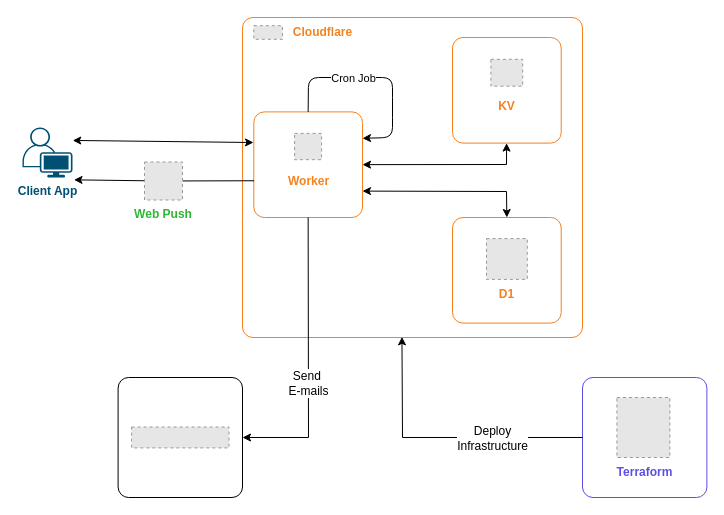
Above: drawio/working-diagram.drawio in devlotfi/life-ping (draw.io), before the change. Source tidied: cells renumbered, new cells numbered last; positions are measured from the earlier drawing's top-left corner, leaving out a move shared by most shapes. Both pictures are drawn from the tidied source at 100%, with x=0, y=0 at pixel (22, 17). Pictures stored in the file or linked from it are replaced by grey dashed boxes.
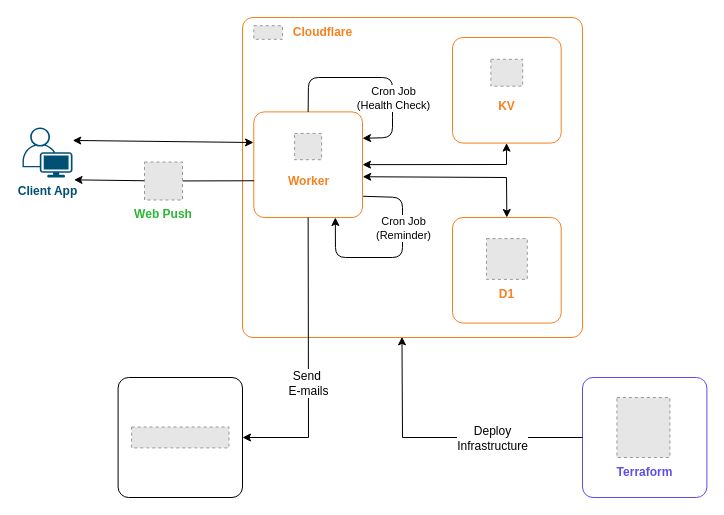
The same diagram, later.

The change refers to these unchanged cells:
```xml
<mxCell id="3" style="rounded=1;whiteSpace=wrap;html=1;arcSize=21;absoluteArcSize=1;fillColor=none;strokeColor=light-dark(#f6821f, #ededed);fontColor=light-dark(#036897, #ededed);" parent="1" vertex="1">
  <mxGeometry x="430" y="200" width="108.7" height="105.6" as="geometry" />
</mxCell>
<mxCell id="7" style="rounded=1;whiteSpace=wrap;html=1;arcSize=21;absoluteArcSize=1;fillColor=none;strokeColor=light-dark(#f6821f, #ededed);fontColor=light-dark(#036897, #ededed);" parent="1" vertex="1">
  <mxGeometry x="231.3" y="94.4" width="108.7" height="105.6" as="geometry" />
</mxCell>
<mxCell id="15" style="endArrow=classic;html=1;exitX=0.5;exitY=0;exitDx=0;exitDy=0;entryX=1;entryY=0.25;entryDx=0;entryDy=0;" parent="1" edge="1" source="7" target="7">
  <mxGeometry relative="1" as="geometry">
    <Array as="points">
      <mxPoint x="286" y="60" />
      <mxPoint x="370" y="60" />
      <mxPoint x="370" y="90" />
      <mxPoint x="370" y="120" />
    </Array>
  </mxGeometry>
</mxCell>
```

The edit, as a diff of the source:
```diff
@@
-    <mxCell id="16" value="Cron Job" style="edgeLabel;html=1;align=center;verticalAlign=middle;" parent="15" vertex="1">
+    <mxCell id="16" value="Cron Job&lt;div&gt;(Health Check)&lt;/div&gt;" style="edgeLabel;html=1;align=center;verticalAlign=middle;" parent="15" vertex="1">
       <mxGeometry x="-0.16" relative="1" as="geometry">
-        <mxPoint x="-9" as="offset" />
+        <mxPoint x="31" y="20" as="offset" />
       </mxGeometry>
     </mxCell>
@@
-    <mxCell id="25" style="endArrow=classic;startArrow=classic;html=1;rounded=0;curved=0;exitX=1;exitY=0.75;exitDx=0;exitDy=0;entryX=0.5;entryY=0;entryDx=0;entryDy=0;" parent="1" edge="1" source="7" target="3">
+    <mxCell id="25" style="endArrow=classic;startArrow=classic;html=1;rounded=0;curved=0;exitX=1.002;exitY=0.614;exitDx=0;exitDy=0;entryX=0.5;entryY=0;entryDx=0;entryDy=0;exitPerimeter=0;" parent="1" edge="1" source="7" target="3">
       <mxGeometry relative="1" as="geometry">
         <Array as="points">
-          <mxPoint x="484" y="174" />
+          <mxPoint x="484" y="160" />
         </Array>
       </mxGeometry>
     </mxCell>
@@
+    <mxCell id="32" style="endArrow=classic;html=1;exitX=1.006;exitY=0.799;exitDx=0;exitDy=0;entryX=0.75;entryY=1;entryDx=0;entryDy=0;exitPerimeter=0;" parent="1" edge="1" source="7" target="7">
+      <mxGeometry relative="1" as="geometry">
+        <Array as="points">
+          <mxPoint x="380" y="180" />
+          <mxPoint x="380" y="240" />
+          <mxPoint x="313" y="240" />
+        </Array>
+      </mxGeometry>
+    </mxCell>
+    <mxCell id="33" value="Cron Job&lt;div&gt;(Reminder)&lt;/div&gt;" style="edgeLabel;html=1;align=center;verticalAlign=middle;" parent="32" vertex="1">
+      <mxGeometry x="-0.16" relative="1" as="geometry">
+        <mxPoint y="-17" as="offset" />
+      </mxGeometry>
+    </mxCell>
```
